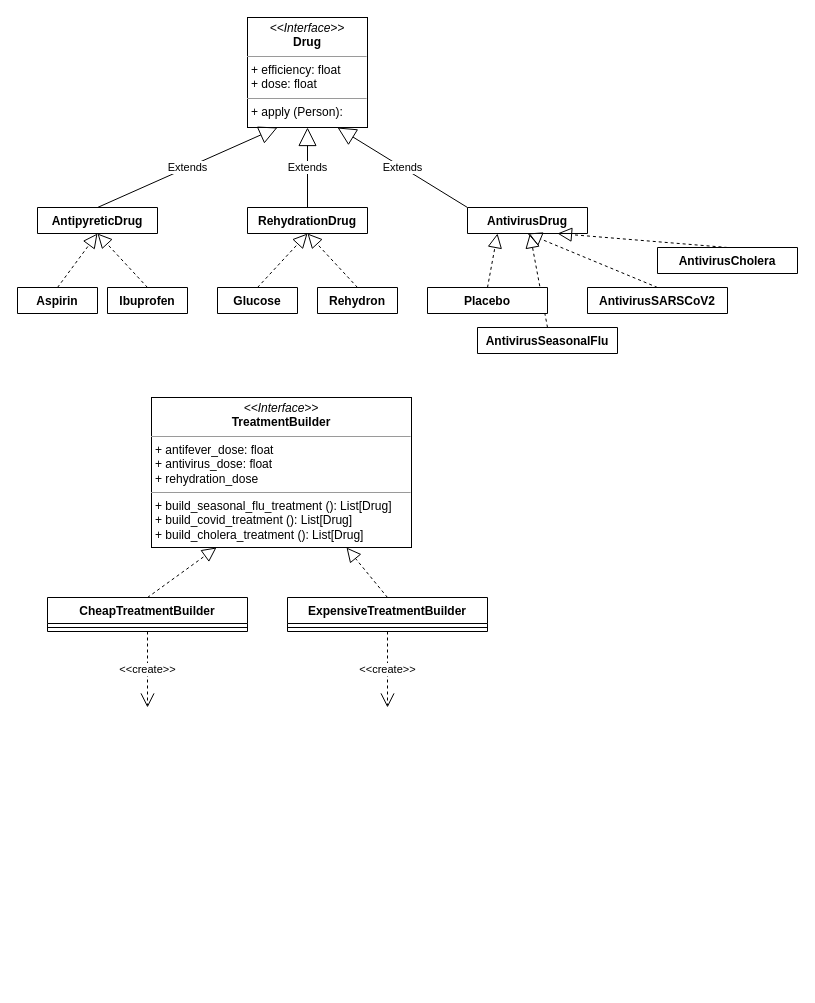
Before: diagrams/2.4. Creational TreatmentBuilder.drawio in rolkon/covid-gof-patterns, a draw.io diagram. Source tidied: cells renumbered, new cells numbered last; positions are measured from the earlier drawing's top-left corner, leaving out a move shared by most shapes. Both pictures are drawn from the tidied source at 100%, with x=0, y=0 at pixel (17, 17).
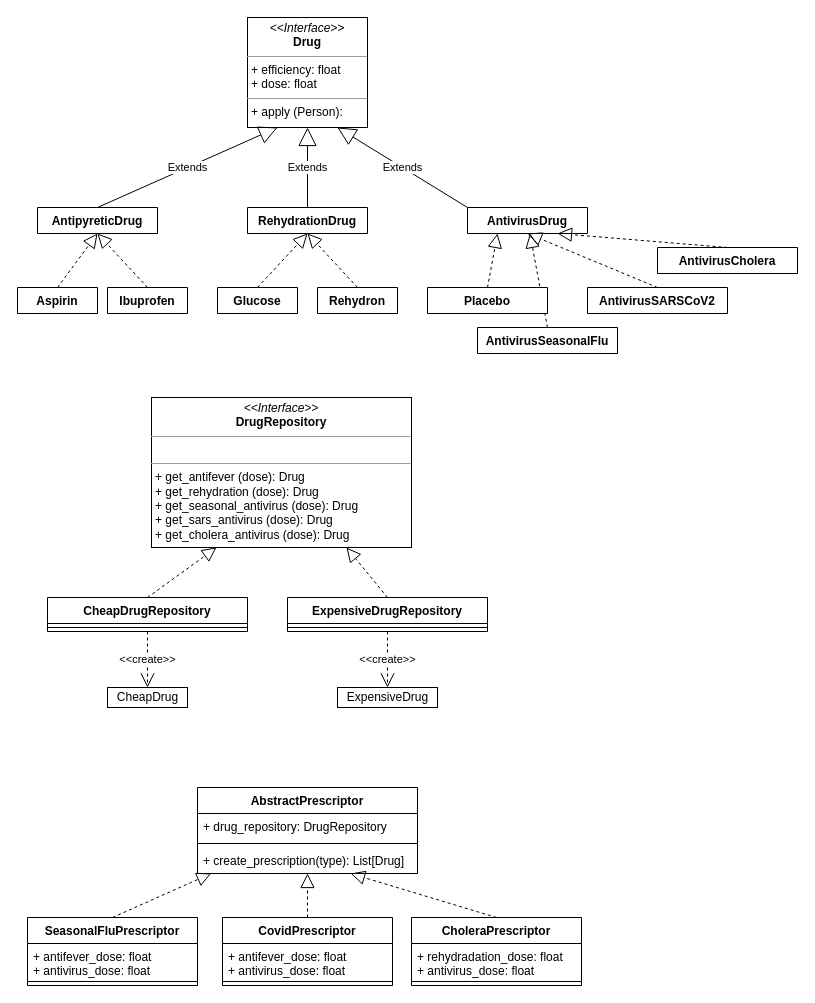
The same page after the edit.

Change to the diagram source:
```diff
@@
-    <mxCell id="24" value="&lt;p style=&quot;margin: 0px ; margin-top: 4px ; text-align: center&quot;&gt;&lt;i&gt;&amp;lt;&amp;lt;Interface&amp;gt;&amp;gt;&lt;/i&gt;&lt;br&gt;&lt;b&gt;TreatmentBuilder&lt;/b&gt;&lt;/p&gt;&lt;hr size=&quot;1&quot;&gt;&lt;p style=&quot;margin: 0px ; margin-left: 4px&quot;&gt;+ antifever_dose: float&lt;br&gt;&lt;/p&gt;&lt;p style=&quot;margin: 0px ; margin-left: 4px&quot;&gt;+&amp;nbsp;antivirus_dose: float&lt;/p&gt;&lt;p style=&quot;margin: 0px ; margin-left: 4px&quot;&gt;+&amp;nbsp;rehydration_dose&lt;/p&gt;&lt;hr size=&quot;1&quot;&gt;&lt;p style=&quot;margin: 0px ; margin-left: 4px&quot;&gt;+ build_seasonal_flu_treatment (): List[Drug]&lt;br&gt;&lt;/p&gt;&lt;p style=&quot;margin: 0px ; margin-left: 4px&quot;&gt;+ build_covid_treatment (): List[Drug]&lt;br&gt;&lt;/p&gt;&lt;p style=&quot;margin: 0px ; margin-left: 4px&quot;&gt;+ build_cholera_treatment (): List[Drug]&lt;/p&gt;" style="verticalAlign=top;align=left;overflow=fill;fontSize=12;fontFamily=Helvetica;html=1;" parent="1" vertex="1">
+    <mxCell id="24" value="&lt;p style=&quot;margin: 0px ; margin-top: 4px ; text-align: center&quot;&gt;&lt;i&gt;&amp;lt;&amp;lt;Interface&amp;gt;&amp;gt;&lt;/i&gt;&lt;br&gt;&lt;b&gt;DrugRepository&lt;/b&gt;&lt;/p&gt;&lt;hr size=&quot;1&quot;&gt;&lt;p style=&quot;margin: 0px ; margin-left: 4px&quot;&gt;&lt;br&gt;&lt;/p&gt;&lt;hr size=&quot;1&quot;&gt;&lt;p style=&quot;margin: 0px ; margin-left: 4px&quot;&gt;+ get_antifever (dose): Drug&lt;br&gt;&lt;/p&gt;&lt;p style=&quot;margin: 0px ; margin-left: 4px&quot;&gt;+&amp;nbsp;get_rehydration&amp;nbsp;(dose): Drug&lt;/p&gt;&lt;p style=&quot;margin: 0px ; margin-left: 4px&quot;&gt;+&amp;nbsp;get_seasonal_antivirus (dose): Drug&lt;/p&gt;&lt;p style=&quot;margin: 0px ; margin-left: 4px&quot;&gt;+&amp;nbsp;get_sars_antivirus&amp;nbsp;(dose): Drug&lt;/p&gt;&lt;p style=&quot;margin: 0px ; margin-left: 4px&quot;&gt;+&amp;nbsp;get_cholera_antivirus&amp;nbsp;(dose): Drug&lt;/p&gt;" style="verticalAlign=top;align=left;overflow=fill;fontSize=12;fontFamily=Helvetica;html=1;" parent="1" vertex="1">
       <mxGeometry x="134" y="380" width="260" height="150" as="geometry" />
     </mxCell>
@@
-    <mxCell id="26" value="CheapTreatmentBuilder" style="swimlane;fontStyle=1;align=center;verticalAlign=top;horizontal=1;startSize=26;" parent="1" vertex="1">
+    <mxCell id="26" value="CheapDrugRepository" style="swimlane;fontStyle=1;align=center;verticalAlign=top;horizontal=1;startSize=26;" parent="1" vertex="1">
       <mxGeometry x="30" y="580" width="200" height="34" as="geometry" />
     </mxCell>
@@
-    <mxCell id="28" value="ExpensiveTreatmentBuilder" style="swimlane;fontStyle=1;align=center;verticalAlign=top;horizontal=1;startSize=26;" parent="1" vertex="1">
+    <mxCell id="28" value="ExpensiveDrugRepository" style="swimlane;fontStyle=1;align=center;verticalAlign=top;horizontal=1;startSize=26;" parent="1" vertex="1">
       <mxGeometry x="270" y="580" width="200" height="34" as="geometry" />
     </mxCell>
@@
-    <mxCell id="30" value="&amp;lt;&amp;lt;create&amp;gt;&amp;gt;" style="endArrow=open;endSize=12;dashed=1;html=1;exitX=0.5;exitY=1;exitDx=0;exitDy=0;" parent="1" edge="1" source="26">
-      <mxGeometry relative="1" as="geometry">
-        <mxPoint x="130" y="690" as="targetPoint" />
-      </mxGeometry>
+    <mxCell id="30" value="&amp;lt;&amp;lt;create&amp;gt;&amp;gt;" style="endArrow=open;endSize=12;dashed=1;html=1;exitX=0.5;exitY=1;exitDx=0;exitDy=0;entryX=0.5;entryY=0;entryDx=0;entryDy=0;" parent="1" edge="1" source="26" target="35">
+      <mxGeometry relative="1" as="geometry" />
     </mxCell>
-    <mxCell id="31" value="&amp;lt;&amp;lt;create&amp;gt;&amp;gt;" style="endArrow=open;endSize=12;dashed=1;html=1;exitX=0.5;exitY=1;exitDx=0;exitDy=0;" parent="1" edge="1" source="28">
-      <mxGeometry relative="1" as="geometry">
-        <mxPoint x="370" y="690" as="targetPoint" />
-      </mxGeometry>
+    <mxCell id="31" value="&amp;lt;&amp;lt;create&amp;gt;&amp;gt;" style="endArrow=open;endSize=12;dashed=1;html=1;exitX=0.5;exitY=1;exitDx=0;exitDy=0;entryX=0.5;entryY=0;entryDx=0;entryDy=0;" parent="1" edge="1" source="28" target="36">
+      <mxGeometry relative="1" as="geometry" />
     </mxCell>
@@
+    <mxCell id="35" value="CheapDrug" style="html=1;" parent="1" vertex="1">
+      <mxGeometry x="90" y="670" width="80" height="20" as="geometry" />
+    </mxCell>
+    <mxCell id="36" value="ExpensiveDrug" style="html=1;" parent="1" vertex="1">
+      <mxGeometry x="320" y="670" width="100" height="20" as="geometry" />
+    </mxCell>
+    <mxCell id="37" value="SeasonalFluPrescriptor" style="swimlane;fontStyle=1;align=center;verticalAlign=top;horizontal=1;startSize=26;" parent="1" vertex="1">
+      <mxGeometry x="10" y="900" width="170" height="68" as="geometry" />
+    </mxCell>
+    <mxCell id="38" value="+ antifever_dose: float&#10;+ antivirus_dose: float" style="text;strokeColor=none;fillColor=none;align=left;verticalAlign=top;spacingLeft=4;spacingRight=4;overflow=hidden;" parent="37" vertex="1">
+      <mxGeometry y="26" width="170" height="34" as="geometry" />
+    </mxCell>
+    <mxCell id="39" style="line;strokeWidth=1;fillColor=none;align=left;verticalAlign=middle;spacingTop=-1;spacingLeft=3;spacingRight=3;labelPosition=right;" parent="37" vertex="1">
+      <mxGeometry y="60" width="170" height="8" as="geometry" />
+    </mxCell>
+    <mxCell id="40" style="endArrow=block;dashed=1;endFill=0;endSize=12;html=1;exitX=0.5;exitY=0;exitDx=0;exitDy=0;" parent="1" edge="1" source="37" target="49">
+      <mxGeometry relative="1" as="geometry" />
+    </mxCell>
+    <mxCell id="41" style="endArrow=block;dashed=1;endFill=0;endSize=12;html=1;exitX=0.5;exitY=0;exitDx=0;exitDy=0;" parent="1" edge="1" source="43" target="49">
+      <mxGeometry relative="1" as="geometry" />
+    </mxCell>
+    <mxCell id="42" style="endArrow=block;dashed=1;endFill=0;endSize=12;html=1;exitX=0.5;exitY=0;exitDx=0;exitDy=0;" parent="1" edge="1" source="46" target="52">
+      <mxGeometry relative="1" as="geometry" />
+    </mxCell>
+    <mxCell id="43" value="CovidPrescriptor" style="swimlane;fontStyle=1;align=center;verticalAlign=top;horizontal=1;startSize=26;" parent="1" vertex="1">
+      <mxGeometry x="205" y="900" width="170" height="68" as="geometry" />
+    </mxCell>
+    <mxCell id="44" value="+ antifever_dose: float&#10;+ antivirus_dose: float" style="text;strokeColor=none;fillColor=none;align=left;verticalAlign=top;spacingLeft=4;spacingRight=4;overflow=hidden;" parent="43" vertex="1">
+      <mxGeometry y="26" width="170" height="34" as="geometry" />
+    </mxCell>
+    <mxCell id="45" style="line;strokeWidth=1;fillColor=none;align=left;verticalAlign=middle;spacingTop=-1;spacingLeft=3;spacingRight=3;labelPosition=right;" parent="43" vertex="1">
+      <mxGeometry y="60" width="170" height="8" as="geometry" />
+    </mxCell>
+    <mxCell id="46" value="CholeraPrescriptor" style="swimlane;fontStyle=1;align=center;verticalAlign=top;horizontal=1;startSize=26;" parent="1" vertex="1">
+      <mxGeometry x="394" y="900" width="170" height="68" as="geometry" />
+    </mxCell>
+    <mxCell id="47" value="+ rehydradation_dose: float&#10;+ antivirus_dose: float" style="text;strokeColor=none;fillColor=none;align=left;verticalAlign=top;spacingLeft=4;spacingRight=4;overflow=hidden;" parent="46" vertex="1">
+      <mxGeometry y="26" width="170" height="34" as="geometry" />
+    </mxCell>
+    <mxCell id="48" style="line;strokeWidth=1;fillColor=none;align=left;verticalAlign=middle;spacingTop=-1;spacingLeft=3;spacingRight=3;labelPosition=right;" parent="46" vertex="1">
+      <mxGeometry y="60" width="170" height="8" as="geometry" />
+    </mxCell>
+    <mxCell id="49" value="AbstractPrescriptor" style="swimlane;fontStyle=1;align=center;verticalAlign=top;horizontal=1;startSize=26;" parent="1" vertex="1">
+      <mxGeometry x="180" y="770" width="220" height="86" as="geometry" />
+    </mxCell>
+    <mxCell id="50" value="+ drug_repository: DrugRepository" style="text;strokeColor=none;fillColor=none;align=left;verticalAlign=top;spacingLeft=4;spacingRight=4;overflow=hidden;" parent="49" vertex="1">
+      <mxGeometry y="26" width="220" height="26" as="geometry" />
+    </mxCell>
+    <mxCell id="51" style="line;strokeWidth=1;fillColor=none;align=left;verticalAlign=middle;spacingTop=-1;spacingLeft=3;spacingRight=3;labelPosition=right;" parent="49" vertex="1">
+      <mxGeometry y="52" width="220" height="8" as="geometry" />
+    </mxCell>
+    <mxCell id="52" value="+ create_prescription(type): List[Drug]" style="text;strokeColor=none;fillColor=none;align=left;verticalAlign=top;spacingLeft=4;spacingRight=4;overflow=hidden;points=[[0,0.5],[1,0.5]];portConstraint=eastwest;" parent="49" vertex="1">
+      <mxGeometry y="60" width="220" height="26" as="geometry" />
+    </mxCell>
```
